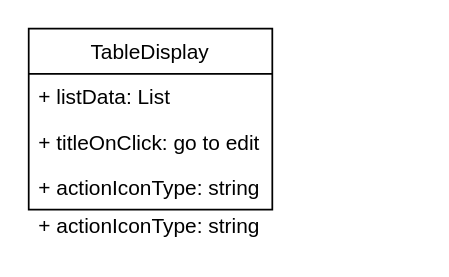
Above: common/Untitled Diagram.drawio in OnoNguyen/Docs (draw.io), before the change. Source tidied: cells renumbered, new cells numbered last; positions are measured from the earlier drawing's top-left corner, leaving out a move shared by most shapes. Both pictures are drawn from the tidied source at 174%, with x=0, y=0 at pixel (28, 28).
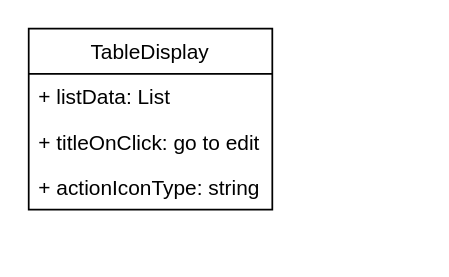
After the change.

The edit, as a diff of the source:
```diff
@@
 <mxGraphModel>
   <root>
     <mxCell id="0" />
     <mxCell id="1" parent="0" />
     <mxCell id="2" value="TableDisplay" style="swimlane;fontStyle=0;horizontal=1;startSize=26;fillColor=none;" parent="1" vertex="1">
       <mxGeometry width="140" height="104" as="geometry" />
     </mxCell>
     <mxCell id="3" value="+ listData: List" style="text;strokeColor=none;fillColor=none;align=left;verticalAlign=top;spacingLeft=4;spacingRight=4;overflow=hidden;" parent="2" vertex="1">
       <mxGeometry y="26" width="140" height="26" as="geometry" />
     </mxCell>
     <mxCell id="4" value="+ titleOnClick: go to edit page if active list" style="text;strokeColor=none;fillColor=none;align=left;verticalAlign=top;spacingLeft=4;spacingRight=4;overflow=hidden;" parent="2" vertex="1">
       <mxGeometry y="52" width="140" height="26" as="geometry" />
     </mxCell>
     <mxCell id="5" value="+ actionIconType: string" style="text;strokeColor=none;fillColor=none;align=left;verticalAlign=top;spacingLeft=4;spacingRight=4;overflow=hidden;" parent="2" vertex="1">
       <mxGeometry y="78" width="140" height="26" as="geometry" />
     </mxCell>
-    <mxCell id="6" value="+ actionIconType: string" style="text;strokeColor=none;fillColor=none;align=left;verticalAlign=top;spacingLeft=4;spacingRight=4;overflow=hidden;" parent="1" vertex="1">
-      <mxGeometry y="100" width="140" height="26" as="geometry" />
-    </mxCell>
   </root>
 </mxGraphModel>
```
